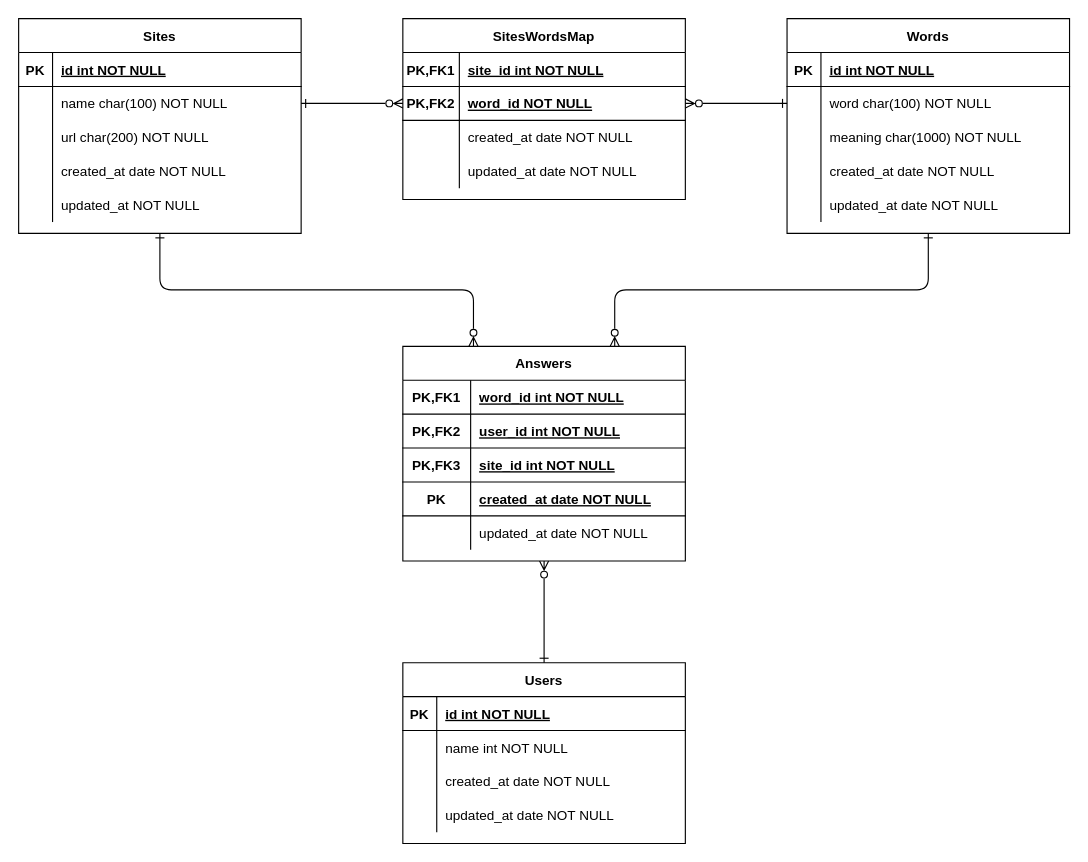
Earlier version of the draw.io diagram ER.drawio (iwbc-mzk/it-wordbook). Source tidied: cells renumbered, new cells numbered last; positions are measured from the earlier drawing's top-left corner, leaving out a move shared by most shapes. Both pictures are drawn from the tidied source at 113%, with x=0, y=0 at pixel (18, 18).
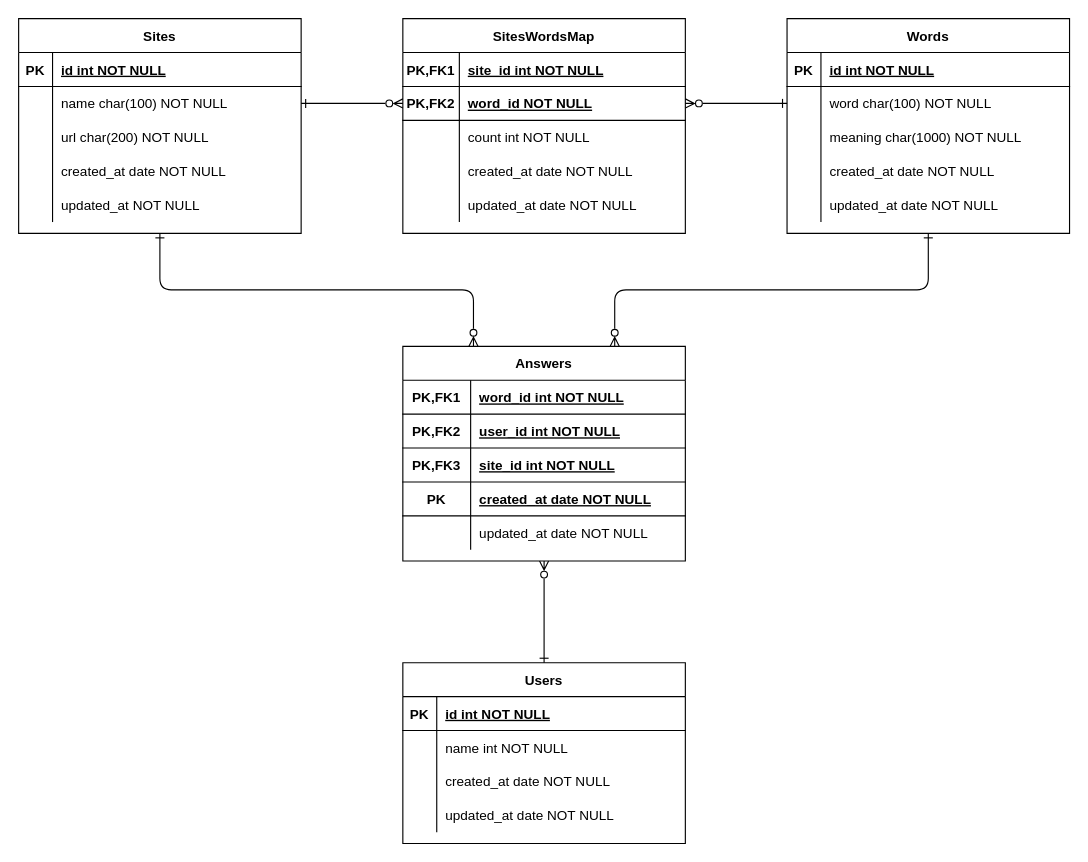
After the change.

What changed in the source:
```diff
@@
     <mxCell id="66" value="SitesWordsMap" style="shape=table;startSize=30;childLayout=tableLayout;rowLines=0;fontStyle=1;align=center;" parent="1" vertex="1">
-      <mxGeometry x="340" width="250" height="160" as="geometry" />
+      <mxGeometry x="340" width="250" height="190" as="geometry" />
     </mxCell>
@@
+    <mxCell id="81" style="shape=partialRectangle;fillColor=none;top=0;left=0;right=0;bottom=0;" parent="66" vertex="1">
+      <mxGeometry y="90" width="250" height="30" as="geometry" />
+    </mxCell>
+    <mxCell id="82" style="shape=partialRectangle;overflow=hidden;fillColor=none;top=0;left=0;bottom=0;right=0;" parent="81" vertex="1">
+      <mxGeometry width="50" height="30" as="geometry" />
+    </mxCell>
+    <mxCell id="83" value="count int NOT NULL" style="shape=partialRectangle;overflow=hidden;fillColor=none;top=0;left=0;bottom=0;right=0;align=left;spacingLeft=6;" parent="81" vertex="1">
+      <mxGeometry x="50" width="200" height="30" as="geometry" />
+    </mxCell>
     <mxCell id="73" style="shape=partialRectangle;fillColor=none;top=0;left=0;right=0;bottom=0;" parent="66" vertex="1">
-      <mxGeometry y="90" width="250" height="30" as="geometry" />
+      <mxGeometry y="120" width="250" height="30" as="geometry" />
     </mxCell>
@@
     <mxCell id="76" style="shape=partialRectangle;fillColor=none;top=0;left=0;right=0;bottom=0;" parent="66" vertex="1">
-      <mxGeometry y="120" width="250" height="30" as="geometry" />
+      <mxGeometry y="150" width="250" height="30" as="geometry" />
     </mxCell>
```
